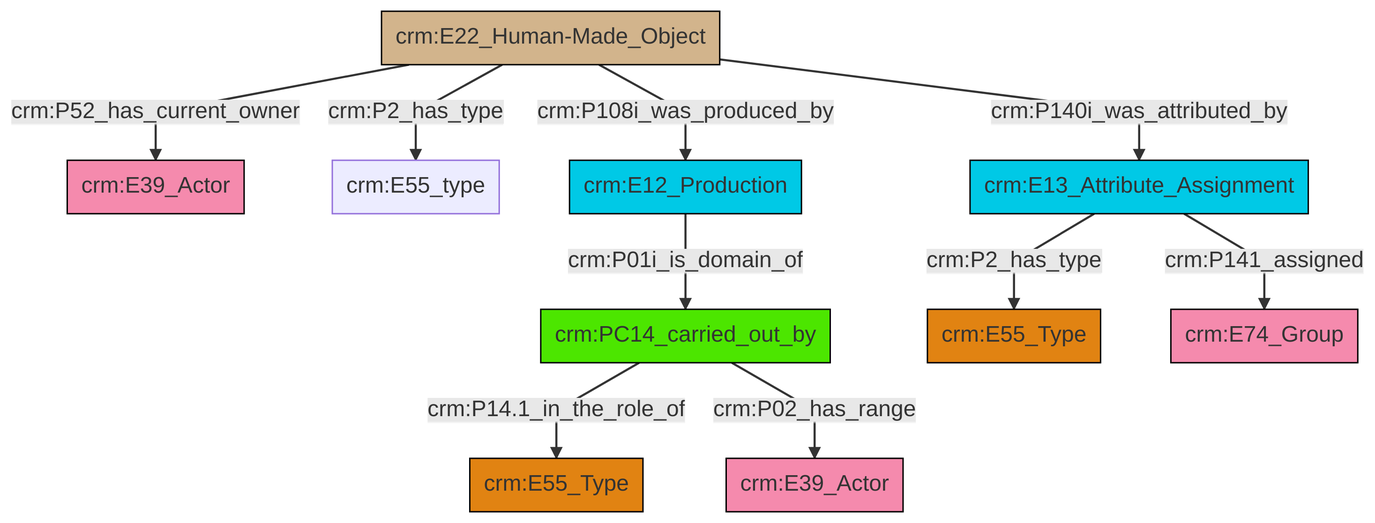
Earlier version of the Mermaid export et/builtWorkCSV/ttl/mmd/png/Built_Work_actor_relations.png (swiss-art-research-net/reference-data-models). Its source is kept beside it as et/builtWorkCSV/ttl/mmd/Built_Work_actor_relations.ttl.mmd.
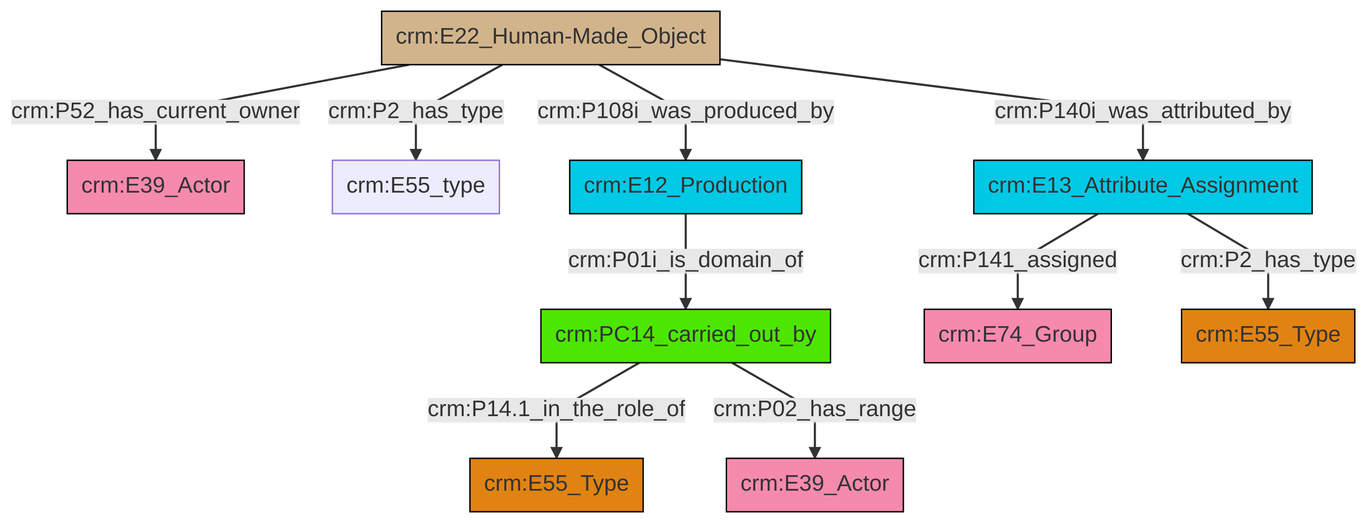
Above is the later version.

The edit, as a diff of the source:
```diff
@@ -13,12 +13,12 @@
 classDef PC_Classes fill:#4ce600, stroke:#000000;
 classDef Multi fill:#cccccc,stroke:#000000;
 
-0["crm:PC14_carried_out_by"]:::PC_Classes -->|crm:P14.1_in_the_role_of| 1["crm:E55_Type"]:::Type
-0["crm:PC14_carried_out_by"]:::PC_Classes -->|crm:P02_has_range| 11["crm:E39_Actor"]:::Actor
-6["crm:E22_Human-Made_Object"]:::Physical_Thing -->|crm:P2_has_type| 12["crm:E55_type"]:::Default
-13["crm:E12_Production"]:::Temporal_Entity -->|crm:P01i_is_domain_of| 0["crm:PC14_carried_out_by"]:::PC_Classes
-14["crm:E13_Attribute_Assignment"]:::Temporal_Entity -->|crm:P141_assigned| 8["crm:E74_Group"]:::Actor
-6["crm:E22_Human-Made_Object"]:::Physical_Thing -->|crm:P140i_was_attributed_by| 14["crm:E13_Attribute_Assignment"]:::Temporal_Entity
-6["crm:E22_Human-Made_Object"]:::Physical_Thing -->|crm:P108i_was_produced_by| 13["crm:E12_Production"]:::Temporal_Entity
-6["crm:E22_Human-Made_Object"]:::Physical_Thing -->|crm:P52_has_current_owner| 4["crm:E39_Actor"]:::Actor
-14["crm:E13_Attribute_Assignment"]:::Temporal_Entity -->|crm:P2_has_type| 2["crm:E55_Type"]:::Type
+10["crm:E13_Attribute_Assignment"]:::Temporal_Entity -->|crm:P2_has_type| 11["crm:E55_Type"]:::Type
+12["crm:E22_Human-Made_Object"]:::Physical_Thing -->|crm:P52_has_current_owner| 4["crm:E39_Actor"]:::Actor
+10["crm:E13_Attribute_Assignment"]:::Temporal_Entity -->|crm:P141_assigned| 6["crm:E74_Group"]:::Actor
+12["crm:E22_Human-Made_Object"]:::Physical_Thing -->|crm:P140i_was_attributed_by| 10["crm:E13_Attribute_Assignment"]:::Temporal_Entity
+12["crm:E22_Human-Made_Object"]:::Physical_Thing -->|crm:P2_has_type| 8["crm:E55_type"]:::Default
+0["crm:PC14_carried_out_by"]:::PC_Classes -->|crm:P14.1_in_the_role_of| 19["crm:E55_Type"]:::Type
+17["crm:E12_Production"]:::Temporal_Entity -->|crm:P01i_is_domain_of| 0["crm:PC14_carried_out_by"]:::PC_Classes
+12["crm:E22_Human-Made_Object"]:::Physical_Thing -->|crm:P108i_was_produced_by| 17["crm:E12_Production"]:::Temporal_Entity
+0["crm:PC14_carried_out_by"]:::PC_Classes -->|crm:P02_has_range| 2["crm:E39_Actor"]:::Actor
```
